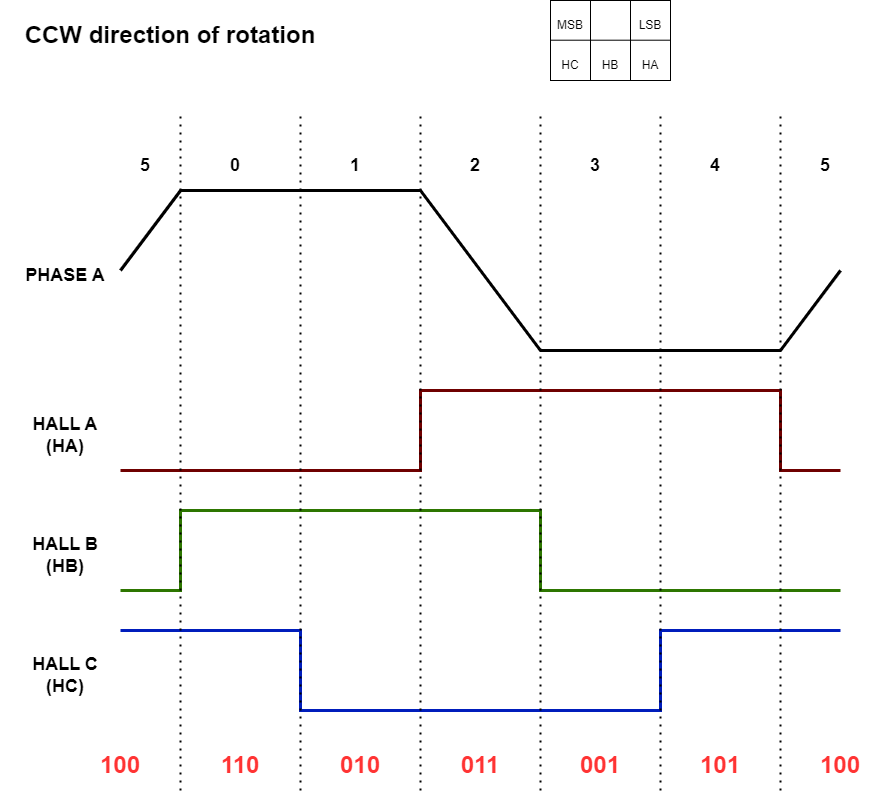
The draw.io diagram images/hall_ccw_sm.png in microchip-pic-avr-examples/avr16eb32-bldc-pmsm-motor-control-demo, before a commit. Source tidied: cells renumbered, new cells last; positions are measured from the earlier drawing's top-left corner, leaving out a move shared by most shapes.
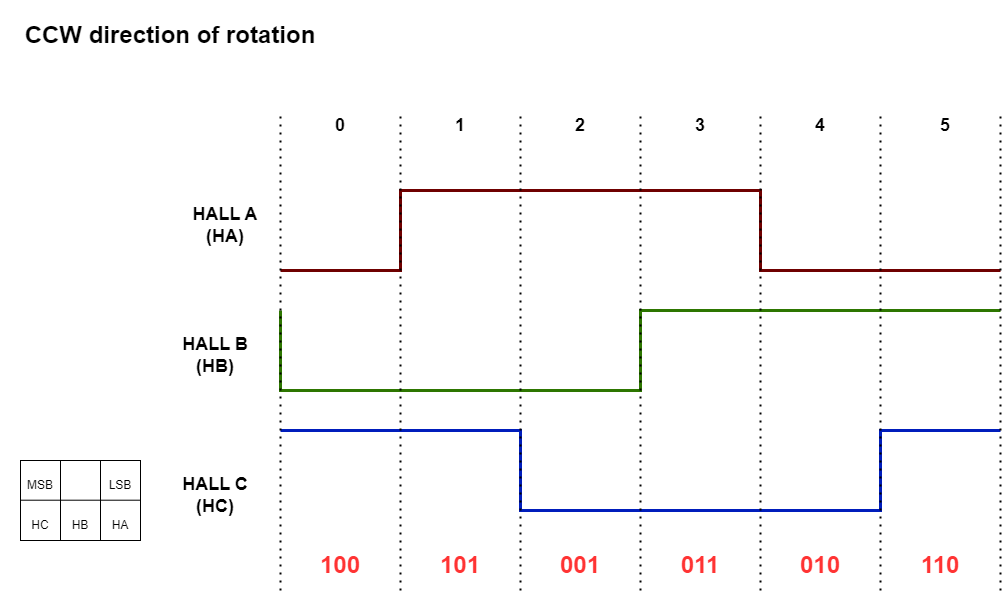
After the change.

Change to the diagram source:
```diff
@@ -2,182 +2,170 @@
   <root>
     <mxCell id="0" />
     <mxCell id="1" parent="0" />
-    <mxCell id="2" style="endArrow=none;html=1;rounded=0;strokeWidth=3;" parent="1" edge="1">
-      <mxGeometry relative="1" as="geometry">
-        <mxPoint x="120" y="270" as="sourcePoint" />
-        <mxPoint x="840" y="270" as="targetPoint" />
-        <Array as="points">
-          <mxPoint x="180" y="190" />
-          <mxPoint x="420" y="190" />
-          <mxPoint x="540" y="350" />
-          <mxPoint x="780" y="350" />
-        </Array>
-      </mxGeometry>
-    </mxCell>
     <mxCell id="3" style="endArrow=none;html=1;rounded=0;strokeWidth=3;fillColor=#a20025;strokeColor=#6F0000;" parent="1" edge="1">
       <mxGeometry relative="1" as="geometry">
-        <mxPoint x="120" y="470" as="sourcePoint" />
-        <mxPoint x="840" y="470" as="targetPoint" />
+        <mxPoint x="180" y="470" as="sourcePoint" />
+        <mxPoint x="900" y="470" as="targetPoint" />
         <Array as="points">
-          <mxPoint x="420" y="470" />
-          <mxPoint x="420" y="390" />
-          <mxPoint x="780" y="390" />
+          <mxPoint x="300" y="470" />
+          <mxPoint x="300" y="390" />
+          <mxPoint x="660" y="390" />
+          <mxPoint x="660" y="470" />
           <mxPoint x="780" y="470" />
         </Array>
       </mxGeometry>
     </mxCell>
     <mxCell id="4" style="endArrow=none;html=1;rounded=0;strokeWidth=3;fillColor=#60a917;strokeColor=#2D7600;" parent="1" edge="1">
       <mxGeometry relative="1" as="geometry">
-        <mxPoint x="120" y="590" as="sourcePoint" />
-        <mxPoint x="840" y="590" as="targetPoint" />
+        <mxPoint x="180" y="510" as="sourcePoint" />
+        <mxPoint x="900" y="510" as="targetPoint" />
         <Array as="points">
           <mxPoint x="180" y="590" />
-          <mxPoint x="180" y="510" />
+          <mxPoint x="300" y="590" />
+          <mxPoint x="540" y="590" />
           <mxPoint x="540" y="510" />
-          <mxPoint x="540" y="590" />
+          <mxPoint x="780" y="510" />
         </Array>
       </mxGeometry>
     </mxCell>
     <mxCell id="5" style="endArrow=none;html=1;rounded=0;strokeWidth=3;fillColor=#0050ef;strokeColor=#001DBC;" parent="1" edge="1">
       <mxGeometry relative="1" as="geometry">
-        <mxPoint x="120" y="630" as="sourcePoint" />
-        <mxPoint x="840" y="630" as="targetPoint" />
+        <mxPoint x="180" y="630" as="sourcePoint" />
+        <mxPoint x="900" y="630" as="targetPoint" />
         <Array as="points">
           <mxPoint x="300" y="630" />
-          <mxPoint x="300" y="710" />
-          <mxPoint x="660" y="710" />
-          <mxPoint x="660" y="630" />
+          <mxPoint x="420" y="630" />
+          <mxPoint x="420" y="710" />
+          <mxPoint x="780" y="710" />
+          <mxPoint x="780" y="630" />
         </Array>
       </mxGeometry>
     </mxCell>
-    <mxCell id="6" value="&lt;font style=&quot;font-size: 18px;&quot;&gt;&lt;b&gt;PHASE A&lt;/b&gt;&lt;/font&gt;" style="text;html=1;align=center;verticalAlign=middle;whiteSpace=wrap;rounded=0;" parent="1" vertex="1">
-      <mxGeometry x="20" y="260" width="90" height="30" as="geometry" />
-    </mxCell>
     <mxCell id="7" value="&lt;font style=&quot;font-size: 18px;&quot;&gt;&lt;b&gt;HALL A (HA)&lt;/b&gt;&lt;/font&gt;" style="text;html=1;align=center;verticalAlign=middle;whiteSpace=wrap;rounded=0;" parent="1" vertex="1">
-      <mxGeometry x="20" y="410" width="90" height="50" as="geometry" />
+      <mxGeometry x="80" y="400" width="90" height="50" as="geometry" />
     </mxCell>
     <mxCell id="8" value="&lt;font style=&quot;font-size: 18px;&quot;&gt;&lt;b&gt;HALL B (HB)&lt;/b&gt;&lt;/font&gt;" style="text;html=1;align=center;verticalAlign=middle;whiteSpace=wrap;rounded=0;" parent="1" vertex="1">
-      <mxGeometry x="20" y="530" width="90" height="50" as="geometry" />
+      <mxGeometry x="70" y="530" width="90" height="50" as="geometry" />
     </mxCell>
     <mxCell id="9" value="&lt;font style=&quot;font-size: 18px;&quot;&gt;&lt;b&gt;HALL C (HC)&lt;/b&gt;&lt;/font&gt;" style="text;html=1;align=center;verticalAlign=middle;whiteSpace=wrap;rounded=0;" parent="1" vertex="1">
-      <mxGeometry x="20" y="650" width="90" height="50" as="geometry" />
+      <mxGeometry x="70" y="670" width="90" height="50" as="geometry" />
     </mxCell>
     <mxCell id="10" style="endArrow=none;dashed=1;html=1;dashPattern=1 3;strokeWidth=2;rounded=0;" parent="1" edge="1">
       <mxGeometry relative="1" as="geometry">
         <mxPoint x="180" y="790" as="sourcePoint" />
-        <mxPoint x="180" y="110" as="targetPoint" />
+        <mxPoint x="180" y="310" as="targetPoint" />
       </mxGeometry>
     </mxCell>
     <mxCell id="11" style="endArrow=none;dashed=1;html=1;dashPattern=1 3;strokeWidth=2;rounded=0;" parent="1" edge="1">
       <mxGeometry relative="1" as="geometry">
         <mxPoint x="300" y="790" as="sourcePoint" />
-        <mxPoint x="300" y="110" as="targetPoint" />
+        <mxPoint x="300" y="310" as="targetPoint" />
       </mxGeometry>
     </mxCell>
     <mxCell id="12" style="endArrow=none;dashed=1;html=1;dashPattern=1 3;strokeWidth=2;rounded=0;" parent="1" edge="1">
       <mxGeometry relative="1" as="geometry">
         <mxPoint x="420" y="790" as="sourcePoint" />
-        <mxPoint x="420" y="110" as="targetPoint" />
+        <mxPoint x="420" y="310" as="targetPoint" />
       </mxGeometry>
     </mxCell>
     <mxCell id="13" style="endArrow=none;dashed=1;html=1;dashPattern=1 3;strokeWidth=2;rounded=0;" parent="1" edge="1">
       <mxGeometry relative="1" as="geometry">
         <mxPoint x="540" y="790" as="sourcePoint" />
-        <mxPoint x="540" y="110" as="targetPoint" />
+        <mxPoint x="540" y="310" as="targetPoint" />
       </mxGeometry>
     </mxCell>
     <mxCell id="14" style="endArrow=none;dashed=1;html=1;dashPattern=1 3;strokeWidth=2;rounded=0;" parent="1" edge="1">
       <mxGeometry relative="1" as="geometry">
         <mxPoint x="660" y="790" as="sourcePoint" />
-        <mxPoint x="660" y="110" as="targetPoint" />
+        <mxPoint x="660" y="310" as="targetPoint" />
       </mxGeometry>
     </mxCell>
     <mxCell id="15" style="endArrow=none;dashed=1;html=1;dashPattern=1 3;strokeWidth=2;rounded=0;" parent="1" edge="1">
       <mxGeometry relative="1" as="geometry">
         <mxPoint x="780" y="790" as="sourcePoint" />
-        <mxPoint x="780" y="110" as="targetPoint" />
+        <mxPoint x="780" y="310" as="targetPoint" />
       </mxGeometry>
     </mxCell>
-    <mxCell id="16" value="&lt;font style=&quot;font-size: 18px;&quot;&gt;&lt;b&gt;5&lt;/b&gt;&lt;/font&gt;" style="text;html=1;align=center;verticalAlign=middle;whiteSpace=wrap;rounded=0;" parent="1" vertex="1">
-      <mxGeometry x="130" y="150" width="30" height="30" as="geometry" />
-    </mxCell>
     <mxCell id="17" value="&lt;font style=&quot;font-size: 18px;&quot;&gt;&lt;b&gt;0&lt;/b&gt;&lt;/font&gt;" style="text;html=1;align=center;verticalAlign=middle;whiteSpace=wrap;rounded=0;" parent="1" vertex="1">
-      <mxGeometry x="220" y="150" width="30" height="30" as="geometry" />
+      <mxGeometry x="225" y="310" width="30" height="30" as="geometry" />
     </mxCell>
     <mxCell id="18" value="&lt;font style=&quot;font-size: 18px;&quot;&gt;&lt;b&gt;1&lt;/b&gt;&lt;/font&gt;" style="text;html=1;align=center;verticalAlign=middle;whiteSpace=wrap;rounded=0;" parent="1" vertex="1">
-      <mxGeometry x="340" y="150" width="30" height="30" as="geometry" />
+      <mxGeometry x="345" y="310" width="30" height="30" as="geometry" />
     </mxCell>
     <mxCell id="19" value="&lt;font style=&quot;font-size: 18px;&quot;&gt;&lt;b&gt;2&lt;/b&gt;&lt;/font&gt;" style="text;html=1;align=center;verticalAlign=middle;whiteSpace=wrap;rounded=0;" parent="1" vertex="1">
-      <mxGeometry x="460" y="150" width="30" height="30" as="geometry" />
+      <mxGeometry x="465" y="310" width="30" height="30" as="geometry" />
     </mxCell>
     <mxCell id="20" value="&lt;font style=&quot;font-size: 18px;&quot;&gt;&lt;b&gt;3&lt;/b&gt;&lt;/font&gt;" style="text;html=1;align=center;verticalAlign=middle;whiteSpace=wrap;rounded=0;" parent="1" vertex="1">
-      <mxGeometry x="580" y="150" width="30" height="30" as="geometry" />
+      <mxGeometry x="585" y="310" width="30" height="30" as="geometry" />
     </mxCell>
     <mxCell id="21" value="&lt;font style=&quot;font-size: 18px;&quot;&gt;&lt;b&gt;4&lt;/b&gt;&lt;/font&gt;" style="text;html=1;align=center;verticalAlign=middle;whiteSpace=wrap;rounded=0;" parent="1" vertex="1">
-      <mxGeometry x="700" y="150" width="30" height="30" as="geometry" />
+      <mxGeometry x="705" y="310" width="30" height="30" as="geometry" />
     </mxCell>
     <mxCell id="22" value="&lt;font style=&quot;font-size: 18px;&quot;&gt;&lt;b&gt;5&lt;/b&gt;&lt;/font&gt;" style="text;html=1;align=center;verticalAlign=middle;whiteSpace=wrap;rounded=0;" parent="1" vertex="1">
-      <mxGeometry x="810" y="150" width="30" height="30" as="geometry" />
+      <mxGeometry x="830" y="310" width="30" height="30" as="geometry" />
     </mxCell>
     <mxCell id="23" value="&lt;font style=&quot;font-size: 24px;&quot;&gt;&lt;b style=&quot;&quot;&gt;CCW direction of rotation&lt;/b&gt;&lt;/font&gt;" style="text;html=1;align=center;verticalAlign=middle;whiteSpace=wrap;rounded=0;" parent="1" vertex="1">
-      <mxGeometry width="340" height="70" as="geometry" />
+      <mxGeometry x="-100" y="200" width="340" height="70" as="geometry" />
     </mxCell>
     <mxCell id="24" style="rounded=0;whiteSpace=wrap;html=1;" parent="1" vertex="1">
-      <mxGeometry x="550" width="120" height="80" as="geometry" />
+      <mxGeometry x="-80" y="660" width="120" height="80" as="geometry" />
     </mxCell>
     <mxCell id="25" style="endArrow=none;html=1;rounded=0;entryX=1;entryY=0.5;entryDx=0;entryDy=0;" parent="1" edge="1">
       <mxGeometry relative="1" as="geometry">
-        <mxPoint x="550" y="39.7" as="sourcePoint" />
-        <mxPoint x="670" y="39.7" as="targetPoint" />
+        <mxPoint x="-80" y="699.7" as="sourcePoint" />
+        <mxPoint x="40" y="699.7" as="targetPoint" />
       </mxGeometry>
     </mxCell>
     <mxCell id="26" style="endArrow=none;html=1;rounded=0;" parent="1" edge="1">
       <mxGeometry relative="1" as="geometry">
-        <mxPoint x="590" y="80" as="sourcePoint" />
-        <mxPoint x="590" as="targetPoint" />
+        <mxPoint x="-40" y="740" as="sourcePoint" />
+        <mxPoint x="-40" y="660" as="targetPoint" />
       </mxGeometry>
     </mxCell>
     <mxCell id="27" style="endArrow=none;html=1;rounded=0;" parent="1" edge="1">
       <mxGeometry relative="1" as="geometry">
-        <mxPoint x="630" y="80" as="sourcePoint" />
-        <mxPoint x="630" as="targetPoint" />
+        <mxPoint y="740" as="sourcePoint" />
+        <mxPoint y="660" as="targetPoint" />
       </mxGeometry>
     </mxCell>
     <mxCell id="28" value="HC" style="text;html=1;align=center;verticalAlign=middle;whiteSpace=wrap;rounded=0;" parent="1" vertex="1">
-      <mxGeometry x="540" y="50" width="60" height="30" as="geometry" />
+      <mxGeometry x="-90" y="710" width="60" height="30" as="geometry" />
     </mxCell>
     <mxCell id="29" value="HB" style="text;html=1;align=center;verticalAlign=middle;whiteSpace=wrap;rounded=0;" parent="1" vertex="1">
-      <mxGeometry x="580" y="50" width="60" height="30" as="geometry" />
+      <mxGeometry x="-50" y="710" width="60" height="30" as="geometry" />
     </mxCell>
     <mxCell id="30" value="HA" style="text;html=1;align=center;verticalAlign=middle;whiteSpace=wrap;rounded=0;" parent="1" vertex="1">
-      <mxGeometry x="620" y="50" width="60" height="30" as="geometry" />
+      <mxGeometry x="-10" y="710" width="60" height="30" as="geometry" />
     </mxCell>
     <mxCell id="31" value="MSB" style="text;html=1;align=center;verticalAlign=middle;whiteSpace=wrap;rounded=0;" parent="1" vertex="1">
-      <mxGeometry x="540" y="10" width="60" height="30" as="geometry" />
+      <mxGeometry x="-90" y="670" width="60" height="30" as="geometry" />
     </mxCell>
     <mxCell id="32" value="LSB" style="text;html=1;align=center;verticalAlign=middle;whiteSpace=wrap;rounded=0;" parent="1" vertex="1">
-      <mxGeometry x="620" y="10" width="60" height="30" as="geometry" />
+      <mxGeometry x="-10" y="670" width="60" height="30" as="geometry" />
     </mxCell>
-    <mxCell id="33" value="&lt;font color=&quot;#ff3333&quot; style=&quot;font-size: 24px;&quot;&gt;&lt;b&gt;011&lt;/b&gt;&lt;/font&gt;" style="text;html=1;align=center;verticalAlign=middle;whiteSpace=wrap;rounded=0;" parent="1" vertex="1">
+    <mxCell id="33" value="&lt;font color=&quot;#ff3333&quot; style=&quot;font-size: 24px;&quot;&gt;&lt;b&gt;001&lt;/b&gt;&lt;/font&gt;" style="text;html=1;align=center;verticalAlign=middle;whiteSpace=wrap;rounded=0;" parent="1" vertex="1">
       <mxGeometry x="450" y="750" width="60" height="30" as="geometry" />
     </mxCell>
-    <mxCell id="34" value="&lt;font color=&quot;#ff3333&quot; style=&quot;font-size: 24px;&quot;&gt;&lt;b&gt;010&lt;/b&gt;&lt;/font&gt;" style="text;html=1;align=center;verticalAlign=middle;whiteSpace=wrap;rounded=0;" parent="1" vertex="1">
+    <mxCell id="34" value="&lt;font color=&quot;#ff3333&quot; style=&quot;font-size: 24px;&quot;&gt;&lt;b&gt;101&lt;/b&gt;&lt;/font&gt;" style="text;html=1;align=center;verticalAlign=middle;whiteSpace=wrap;rounded=0;" parent="1" vertex="1">
       <mxGeometry x="330" y="750" width="60" height="30" as="geometry" />
     </mxCell>
-    <mxCell id="35" value="&lt;font color=&quot;#ff3333&quot; style=&quot;font-size: 24px;&quot;&gt;&lt;b&gt;001&lt;/b&gt;&lt;/font&gt;" style="text;html=1;align=center;verticalAlign=middle;whiteSpace=wrap;rounded=0;" parent="1" vertex="1">
+    <mxCell id="35" value="&lt;font color=&quot;#ff3333&quot; style=&quot;font-size: 24px;&quot;&gt;&lt;b&gt;011&lt;/b&gt;&lt;/font&gt;" style="text;html=1;align=center;verticalAlign=middle;whiteSpace=wrap;rounded=0;" parent="1" vertex="1">
       <mxGeometry x="570" y="750" width="60" height="30" as="geometry" />
     </mxCell>
-    <mxCell id="36" value="&lt;font color=&quot;#ff3333&quot; style=&quot;font-size: 24px;&quot;&gt;&lt;b&gt;101&lt;/b&gt;&lt;/font&gt;" style="text;html=1;align=center;verticalAlign=middle;whiteSpace=wrap;rounded=0;" parent="1" vertex="1">
+    <mxCell id="36" value="&lt;font color=&quot;#ff3333&quot; style=&quot;font-size: 24px;&quot;&gt;&lt;b&gt;010&lt;/b&gt;&lt;/font&gt;" style="text;html=1;align=center;verticalAlign=middle;whiteSpace=wrap;rounded=0;" parent="1" vertex="1">
       <mxGeometry x="690" y="750" width="60" height="30" as="geometry" />
     </mxCell>
-    <mxCell id="37" value="&lt;font color=&quot;#ff3333&quot; style=&quot;font-size: 24px;&quot;&gt;&lt;b&gt;100&lt;/b&gt;&lt;/font&gt;" style="text;html=1;align=center;verticalAlign=middle;whiteSpace=wrap;rounded=0;" parent="1" vertex="1">
+    <mxCell id="37" value="&lt;font color=&quot;#ff3333&quot; style=&quot;font-size: 24px;&quot;&gt;&lt;b&gt;110&lt;/b&gt;&lt;/font&gt;" style="text;html=1;align=center;verticalAlign=middle;whiteSpace=wrap;rounded=0;" parent="1" vertex="1">
       <mxGeometry x="810" y="750" width="60" height="30" as="geometry" />
     </mxCell>
-    <mxCell id="38" value="&lt;font color=&quot;#ff3333&quot; style=&quot;font-size: 24px;&quot;&gt;&lt;b&gt;110&lt;/b&gt;&lt;/font&gt;" style="text;html=1;align=center;verticalAlign=middle;whiteSpace=wrap;rounded=0;" parent="1" vertex="1">
+    <mxCell id="38" value="&lt;font color=&quot;#ff3333&quot; style=&quot;font-size: 24px;&quot;&gt;&lt;b&gt;100&lt;/b&gt;&lt;/font&gt;" style="text;html=1;align=center;verticalAlign=middle;whiteSpace=wrap;rounded=0;" parent="1" vertex="1">
       <mxGeometry x="210" y="750" width="60" height="30" as="geometry" />
     </mxCell>
-    <mxCell id="39" value="&lt;font color=&quot;#ff3333&quot; style=&quot;font-size: 24px;&quot;&gt;&lt;b&gt;100&lt;/b&gt;&lt;/font&gt;" style="text;html=1;align=center;verticalAlign=middle;whiteSpace=wrap;rounded=0;" parent="1" vertex="1">
-      <mxGeometry x="90" y="750" width="60" height="30" as="geometry" />
-    </mxCell>
+    <mxCell id="40" style="endArrow=none;dashed=1;html=1;dashPattern=1 3;strokeWidth=2;rounded=0;" parent="1" edge="1">
+      <mxGeometry relative="1" as="geometry">
+        <mxPoint x="900" y="790" as="sourcePoint" />
+        <mxPoint x="900" y="310" as="targetPoint" />
+      </mxGeometry>
+    </mxCell>
   </root>
 </mxGraphModel>
```
